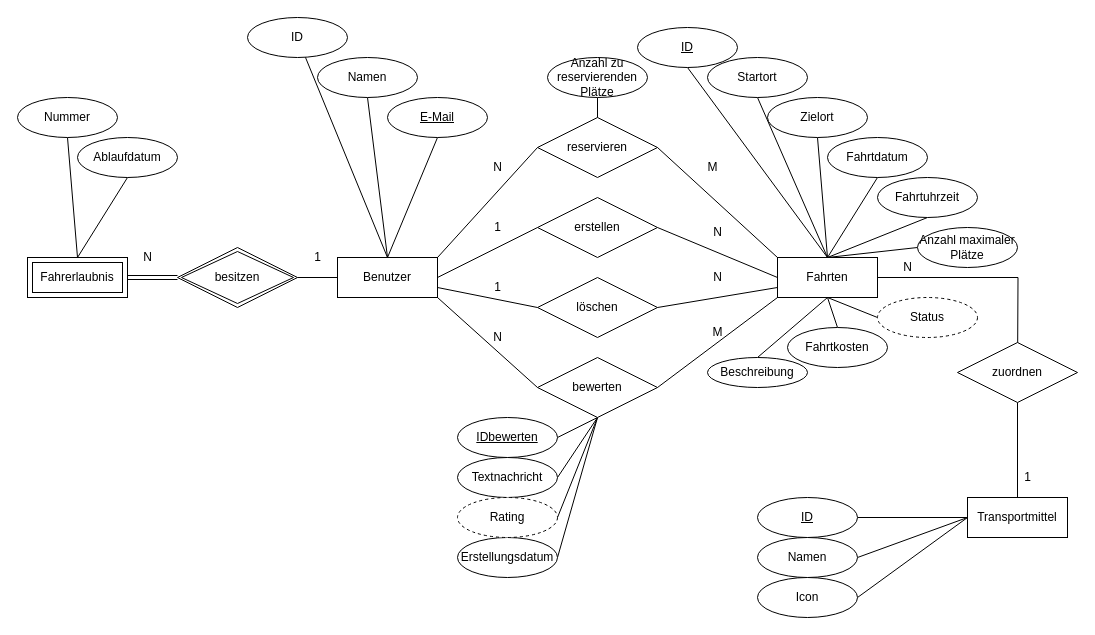
Before: block1-ws2122/Untitled Diagram.drawio in Deawsp/Datenbank, a draw.io diagram. Source tidied: cells renumbered, new cells numbered last; positions are measured from the earlier drawing's top-left corner, leaving out a move shared by most shapes. Both pictures are drawn from the tidied source at 100%, with x=0, y=0 at pixel (17, 17).
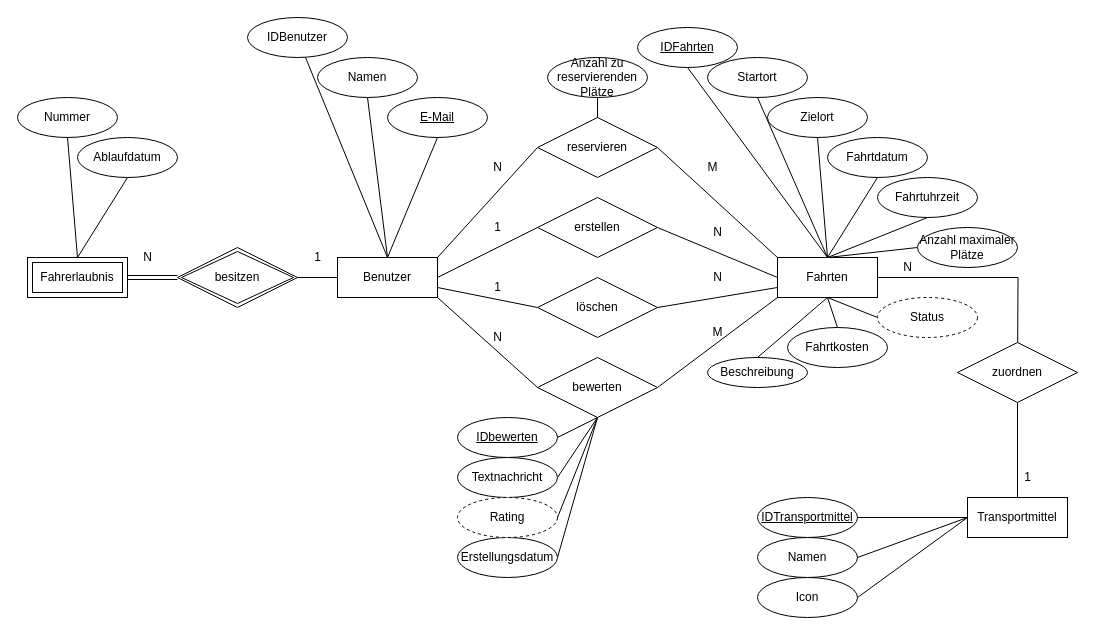
Above is the later version.

The edit, as a diff of the source:
```diff
@@
-    <mxCell id="13" value="ID" style="ellipse;whiteSpace=wrap;html=1;align=center;" parent="1" vertex="1">
+    <mxCell id="13" value="IDBenutzer" style="ellipse;whiteSpace=wrap;html=1;align=center;" parent="1" vertex="1">
       <mxGeometry x="230" width="100" height="40" as="geometry" />
     </mxCell>
@@
-    <mxCell id="40" value="&lt;u&gt;ID&lt;/u&gt;" style="ellipse;whiteSpace=wrap;html=1;align=center;" parent="1" vertex="1">
+    <mxCell id="40" value="&lt;u&gt;IDFahrten&lt;/u&gt;" style="ellipse;whiteSpace=wrap;html=1;align=center;" parent="1" vertex="1">
       <mxGeometry x="620" y="10" width="100" height="40" as="geometry" />
     </mxCell>
@@
-    <mxCell id="59" value="&lt;u&gt;ID&lt;/u&gt;" style="ellipse;whiteSpace=wrap;html=1;align=center;" parent="1" vertex="1">
+    <mxCell id="59" value="&lt;u&gt;IDTransportmittel&lt;/u&gt;" style="ellipse;whiteSpace=wrap;html=1;align=center;" parent="1" vertex="1">
       <mxGeometry x="740" y="480" width="100" height="40" as="geometry" />
     </mxCell>
```
